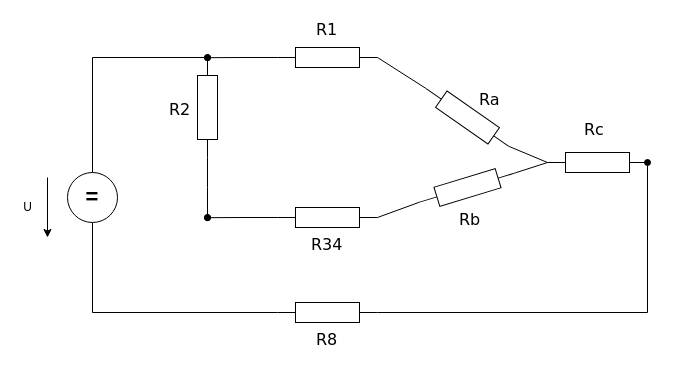
taiyo-harenohi/IUS keeps this draw.io diagram as Untitled Diagram.drawio. Above is the earlier version. Source tidied: cells renumbered, new cells numbered last; positions are measured from the earlier drawing's top-left corner, leaving out a move shared by most shapes. Both pictures are drawn from the tidied source at 100%, with x=0, y=0 at pixel (17, 17).
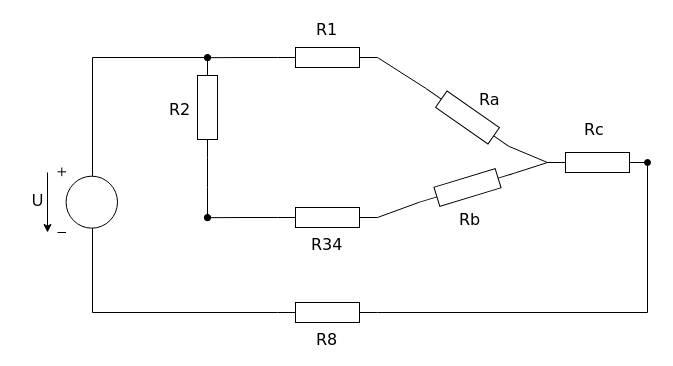
Above is the later version.

The change refers to these unchanged cells:
```xml
<mxCell id="18" style="verticalLabelPosition=bottom;shadow=0;dashed=0;align=center;html=1;verticalAlign=top;strokeWidth=1;shape=mxgraph.electrical.resistors.resistor_1;rounded=1;comic=0;labelBackgroundColor=none;fontFamily=Verdana;fontSize=12;rotation=0;" parent="1" vertex="1">
  <mxGeometry x="260" y="285" width="100" height="20" as="geometry" />
</mxCell>
```

What changed in the source:
```diff
@@
-    <mxCell id="21" style="edgeStyle=orthogonalEdgeStyle;rounded=0;jettySize=auto;html=1;exitX=0.5;exitY=1;exitDx=0;exitDy=0;endArrow=none;endFill=0;entryX=0;entryY=0.5;entryDx=0;entryDy=0;entryPerimeter=0;" parent="1" edge="1" source="22" target="18">
+    <mxCell id="21" style="edgeStyle=orthogonalEdgeStyle;rounded=0;jettySize=auto;html=1;exitX=0.5;exitY=1;exitDx=0;exitDy=0;endArrow=none;endFill=0;entryX=0;entryY=0.5;entryDx=0;entryDy=0;entryPerimeter=0;" parent="1" edge="1" target="18">
       <mxGeometry relative="1" as="geometry">
+        <mxPoint x="75" y="205" as="sourcePoint" />
         <Array as="points">
           <mxPoint x="75" y="295" />
         </Array>
       </mxGeometry>
     </mxCell>
-    <mxCell id="22" value="&lt;b&gt;&lt;font style=&quot;font-size: 22px&quot;&gt;=&lt;/font&gt;&lt;/b&gt;" style="ellipse;whiteSpace=wrap;html=1;" parent="1" vertex="1">
-      <mxGeometry x="50" y="155" width="50" height="50" as="geometry" />
-    </mxCell>
     <mxCell id="23" style="endArrow=classic;html=1;" parent="1" edge="1">
       <mxGeometry relative="1" as="geometry">
-        <mxPoint x="30" y="160" as="sourcePoint" />
-        <mxPoint x="30" y="220" as="targetPoint" />
+        <mxPoint x="30" y="155" as="sourcePoint" />
+        <mxPoint x="30" y="215" as="targetPoint" />
       </mxGeometry>
     </mxCell>
-    <mxCell id="24" value="U" style="text;html=1;align=center;verticalAlign=middle;" parent="1" vertex="1">
-      <mxGeometry y="180" width="20" height="20" as="geometry" />
+    <mxCell id="24" value="U" style="text;html=1;align=center;verticalAlign=middle;fontSize=16;" parent="1" vertex="1">
+      <mxGeometry x="5" y="172.5" width="30" height="20" as="geometry" />
     </mxCell>
@@
+    <mxCell id="29" style="verticalLabelPosition=bottom;shadow=0;dashed=0;align=center;html=1;verticalAlign=top;shape=mxgraph.electrical.signal_sources.dc_source_1;" parent="1" vertex="1">
+      <mxGeometry x="40" y="150" width="60" height="65" as="geometry" />
+    </mxCell>
```
